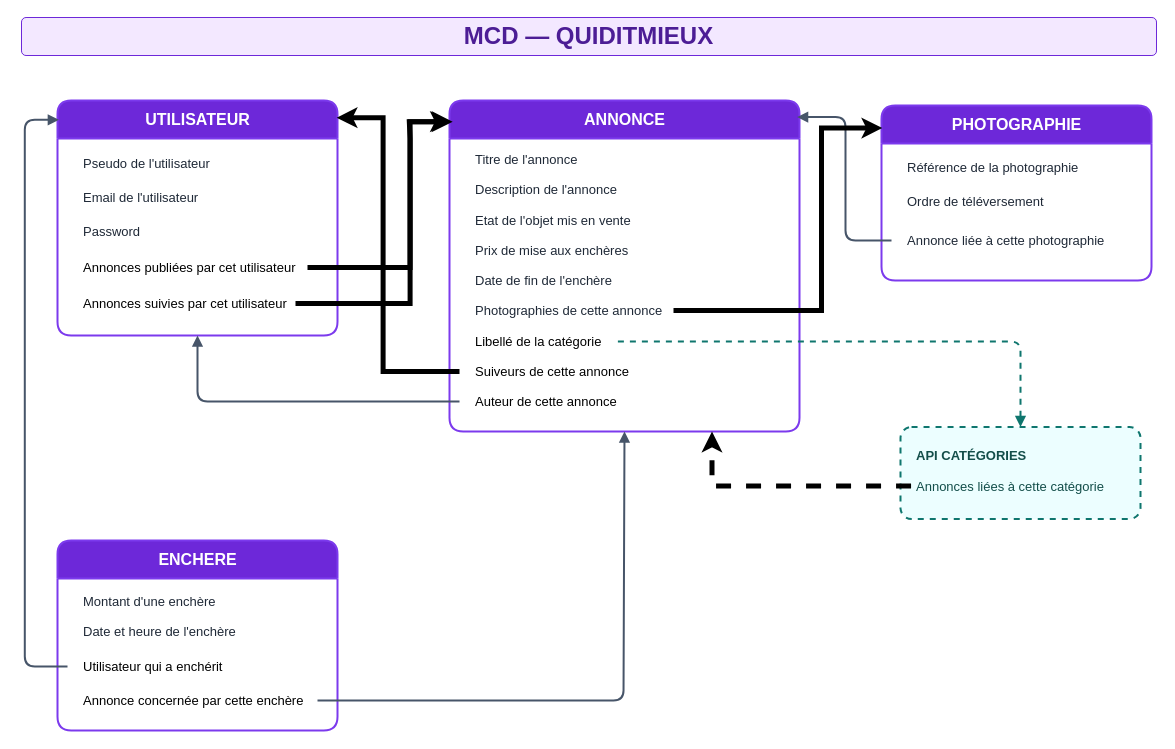
Above: documents/conceptualisation/Modèles de données/MCD.drawio in anthonylepichon/quiditmieux (draw.io), before the change. Source tidied: cells renumbered, new cells numbered last; positions are measured from the earlier drawing's top-left corner, leaving out a move shared by most shapes. Both pictures are drawn from the tidied source at 100%, with x=0, y=0 at pixel (21, 17).
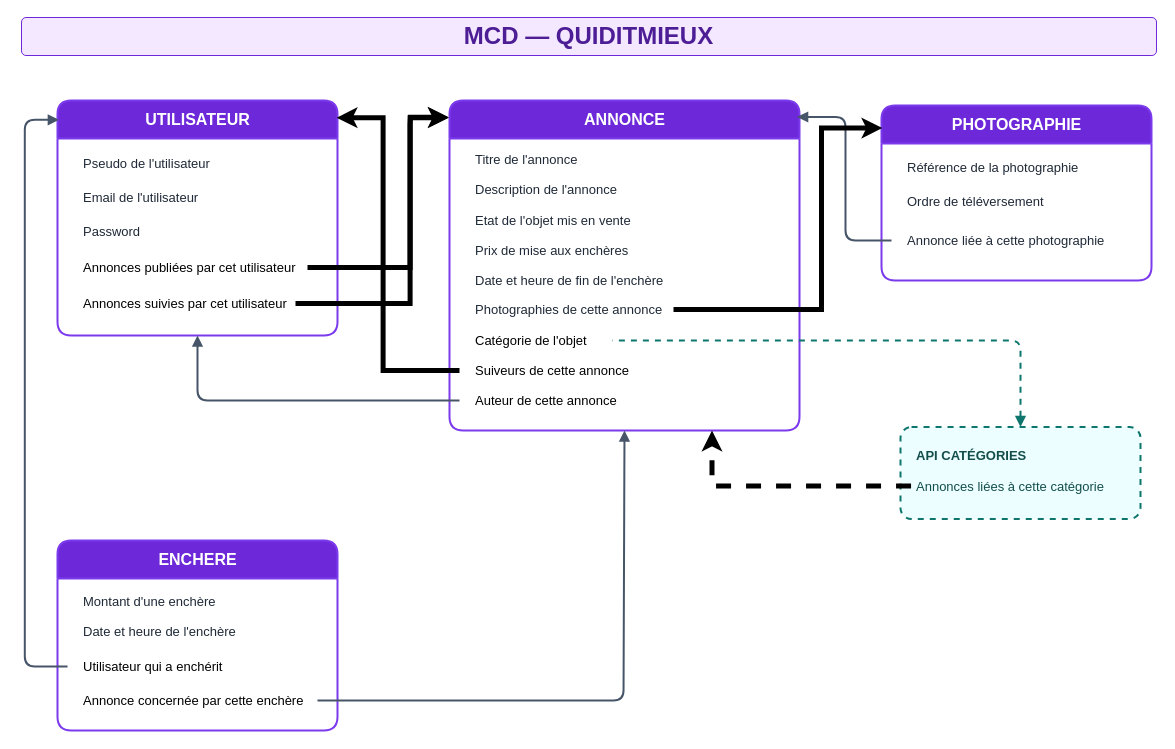
Above is the later version.

The change refers to these unchanged cells:
```xml
<mxCell id="3" value="UTILISATEUR" style="swimlane;html=1;startSize=38;horizontal=1;rounded=1;arcSize=12;fillColor=#6d28d9;swimlaneFillColor=#ffffff;strokeColor=#7c3aed;strokeWidth=2;fontColor=#ffffff;fontStyle=1;fontSize=16;" parent="1" vertex="1">
  <mxGeometry x="36" y="83" width="280" height="235" as="geometry" />
</mxCell>
<mxCell id="7" value="Annonces publiées par cet utilisateur" style="text;html=1;rounded=1;align=left;verticalAlign=middle;spacingLeft=14;fontSize=13;fontFamily=Helvetica;" parent="3" vertex="1">
  <mxGeometry x="10" y="152" width="240" height="30" as="geometry" />
</mxCell>
<mxCell id="8" value="Annonces suivies par cet utilisateur" style="text;html=1;rounded=1;align=left;verticalAlign=middle;spacingLeft=14;fontSize=13;fontFamily=Helvetica;" parent="3" vertex="1">
  <mxGeometry x="10" y="188" width="228" height="30" as="geometry" />
</mxCell>
<mxCell id="19" value="PHOTOGRAPHIE" style="swimlane;html=1;startSize=38;horizontal=1;rounded=1;arcSize=12;fillColor=#6d28d9;swimlaneFillColor=#ffffff;strokeColor=#7c3aed;strokeWidth=2;fontColor=#ffffff;fontStyle=1;fontSize=16;" parent="1" vertex="1">
  <mxGeometry x="860" y="88" width="270" height="175" as="geometry" />
</mxCell>
<mxCell id="28" value="&lt;b&gt;API CATÉGORIES&lt;/b&gt;&lt;br&gt;&lt;br&gt;Annonces liées à cette catégorie" style="rounded=1;arcSize=12;whiteSpace=wrap;html=1;strokeColor=#0f766e;strokeWidth=2;dashed=1;fillColor=#ecfeff;fontColor=#134e4a;fontSize=13;align=left;verticalAlign=top;spacingTop=14;spacingLeft=14;spacingRight=14;" parent="1" vertex="1">
  <mxGeometry x="879" y="409.5" width="240" height="92" as="geometry" />
</mxCell>
```

Diff of the diagram source:
```diff
@@
     <mxCell id="9" value="ANNONCE" style="swimlane;html=1;startSize=38;horizontal=1;rounded=1;arcSize=12;fillColor=#6d28d9;swimlaneFillColor=#ffffff;strokeColor=#7c3aed;strokeWidth=2;fontColor=#ffffff;fontStyle=1;fontSize=16;" parent="1" vertex="1">
-      <mxGeometry x="428" y="83" width="350" height="331" as="geometry" />
+      <mxGeometry x="428" y="83" width="350" height="330" as="geometry" />
     </mxCell>
@@
-    <mxCell id="14" value="Date de fin de l'enchère" style="text;html=1;strokeColor=none;fillColor=none;align=left;verticalAlign=middle;spacingLeft=14;fontColor=#1f2937;fontSize=13;" parent="9" vertex="1">
+    <mxCell id="14" value="Date et heure de fin de l'enchère" style="text;html=1;strokeColor=none;fillColor=none;align=left;verticalAlign=middle;spacingLeft=14;fontColor=#1f2937;fontSize=13;" parent="9" vertex="1">
       <mxGeometry x="10" y="167" width="320" height="26" as="geometry" />
     </mxCell>
-    <mxCell id="15" value="Libellé de la catégorie" style="text;html=1;rounded=1;align=left;verticalAlign=middle;spacingLeft=14;fontSize=13;" parent="9" vertex="1">
-      <mxGeometry x="10" y="228" width="153" height="26" as="geometry" />
+    <mxCell id="15" value="Catégorie de l'objet" style="text;html=1;rounded=1;align=left;verticalAlign=middle;spacingLeft=14;fontSize=13;" parent="9" vertex="1">
+      <mxGeometry x="10" y="227" width="153" height="26" as="geometry" />
     </mxCell>
     <mxCell id="16" value="Auteur de cette annonce" style="text;html=1;rounded=1;align=left;verticalAlign=middle;spacingLeft=14;fontSize=13;" parent="9" vertex="1">
-      <mxGeometry x="10" y="288" width="320" height="26" as="geometry" />
+      <mxGeometry x="10" y="287" width="320" height="26" as="geometry" />
     </mxCell>
     <mxCell id="17" value="Suiveurs de cette annonce" style="text;html=1;rounded=1;align=left;verticalAlign=middle;spacingLeft=14;fontSize=13;" parent="9" vertex="1">
-      <mxGeometry x="10" y="258" width="320" height="26" as="geometry" />
+      <mxGeometry x="10" y="257" width="320" height="26" as="geometry" />
     </mxCell>
     <mxCell id="18" value="Photographies de cette annonce" style="text;html=1;strokeColor=none;fillColor=none;align=left;verticalAlign=middle;spacingLeft=14;fontColor=#1f2937;fontSize=13;" parent="9" vertex="1">
-      <mxGeometry x="10" y="197" width="214" height="26" as="geometry" />
+      <mxGeometry x="10" y="196" width="214" height="26" as="geometry" />
     </mxCell>
@@
     <mxCell id="32" style="edgeStyle=orthogonalEdgeStyle;rounded=1;jettySize=auto;html=1;strokeColor=#0f766e;strokeWidth=2;dashed=1;endArrow=none;endFill=0;exitX=0.5;exitY=0;entryX=1;entryY=0.5;startArrow=block;startFill=1;entryDx=0;entryDy=0;exitDx=0;exitDy=0;" parent="1" edge="1" source="28" target="15">
       <mxGeometry relative="1" as="geometry">
         <Array as="points">
-          <mxPoint x="999" y="324" />
+          <mxPoint x="999" y="323" />
         </Array>
       </mxGeometry>
     </mxCell>
     <mxCell id="33" style="edgeStyle=orthogonalEdgeStyle;shape=connector;curved=0;rounded=0;jettySize=auto;html=1;exitX=0;exitY=0.5;exitDx=0;exitDy=0;strokeColor=default;strokeWidth=5;align=center;verticalAlign=middle;fontFamily=Helvetica;fontSize=11;fontColor=default;labelBackgroundColor=default;endArrow=classic;entryX=0.997;entryY=0.073;entryDx=0;entryDy=0;entryPerimeter=0;startSize=5;endSize=5;" parent="1" edge="1" source="17" target="3">
       <mxGeometry relative="1" as="geometry">
         <Array as="points">
-          <mxPoint x="361.6" y="354" />
+          <mxPoint x="361.6" y="353" />
           <mxPoint x="361.6" y="100.2" />
         </Array>
       </mxGeometry>
     </mxCell>
-    <mxCell id="34" style="edgeStyle=orthogonalEdgeStyle;shape=connector;curved=0;rounded=0;jettySize=auto;html=1;exitX=1;exitY=0.5;exitDx=0;exitDy=0;entryX=0.004;entryY=0.064;entryDx=0;entryDy=0;entryPerimeter=0;strokeColor=default;strokeWidth=5;align=center;verticalAlign=middle;fontFamily=Helvetica;fontSize=11;fontColor=default;labelBackgroundColor=default;startSize=5;endArrow=classic;endSize=5;" parent="1" edge="1" source="8" target="9">
+    <mxCell id="34" style="edgeStyle=orthogonalEdgeStyle;shape=connector;curved=0;rounded=0;jettySize=auto;html=1;exitX=1;exitY=0.5;exitDx=0;exitDy=0;entryX=-0.002;entryY=0.052;entryDx=0;entryDy=0;entryPerimeter=0;strokeColor=default;strokeWidth=5;align=center;verticalAlign=middle;fontFamily=Helvetica;fontSize=11;fontColor=default;labelBackgroundColor=default;startSize=5;endArrow=classic;endSize=5;" parent="1" edge="1" source="8" target="9">
       <mxGeometry relative="1" as="geometry">
         <Array as="points">
           <mxPoint x="388.6" y="286" />
-          <mxPoint x="388.6" y="104.2" />
+          <mxPoint x="388.6" y="100.2" />
         </Array>
       </mxGeometry>
     </mxCell>
-    <mxCell id="35" style="edgeStyle=orthogonalEdgeStyle;shape=connector;curved=0;rounded=0;jettySize=auto;html=1;exitX=1;exitY=0.5;exitDx=0;exitDy=0;entryX=0.009;entryY=0.064;entryDx=0;entryDy=0;entryPerimeter=0;strokeColor=default;strokeWidth=5;align=center;verticalAlign=middle;fontFamily=Helvetica;fontSize=11;fontColor=default;labelBackgroundColor=default;startSize=5;endArrow=classic;endSize=5;" parent="1" edge="1" source="7" target="9">
+    <mxCell id="35" style="edgeStyle=orthogonalEdgeStyle;shape=connector;curved=0;rounded=0;jettySize=auto;html=1;exitX=1;exitY=0.5;exitDx=0;exitDy=0;strokeColor=default;strokeWidth=5;align=center;verticalAlign=middle;fontFamily=Helvetica;fontSize=11;fontColor=default;labelBackgroundColor=default;startSize=5;endArrow=classic;endSize=5;entryX=-0.002;entryY=0.051;entryDx=0;entryDy=0;entryPerimeter=0;" parent="1" edge="1" source="7" target="9">
       <mxGeometry relative="1" as="geometry">
         <Array as="points">
           <mxPoint x="388.6" y="250" />
-          <mxPoint x="388.6" y="121.3" />
-          <mxPoint x="387.8" y="121.3" />
-          <mxPoint x="387.8" y="104.2" />
+          <mxPoint x="388.6" y="106.8" />
+          <mxPoint x="389" y="106.8" />
+          <mxPoint x="389" y="99.8" />
         </Array>
       </mxGeometry>
     </mxCell>
@@
     <mxCell id="37" style="edgeStyle=orthogonalEdgeStyle;shape=connector;curved=0;rounded=0;jettySize=auto;html=1;exitX=1;exitY=0.5;exitDx=0;exitDy=0;entryX=0.003;entryY=0.129;entryDx=0;entryDy=0;entryPerimeter=0;strokeColor=default;strokeWidth=5;align=center;verticalAlign=middle;fontFamily=Helvetica;fontSize=11;fontColor=default;labelBackgroundColor=default;startSize=5;endArrow=classic;endSize=5;" parent="1" edge="1" source="18" target="19">
       <mxGeometry relative="1" as="geometry">
         <Array as="points">
-          <mxPoint x="800" y="293" />
-          <mxPoint x="800" y="110.7" />
+          <mxPoint x="800" y="292" />
+          <mxPoint x="800" y="110.6" />
         </Array>
       </mxGeometry>
     </mxCell>
```
